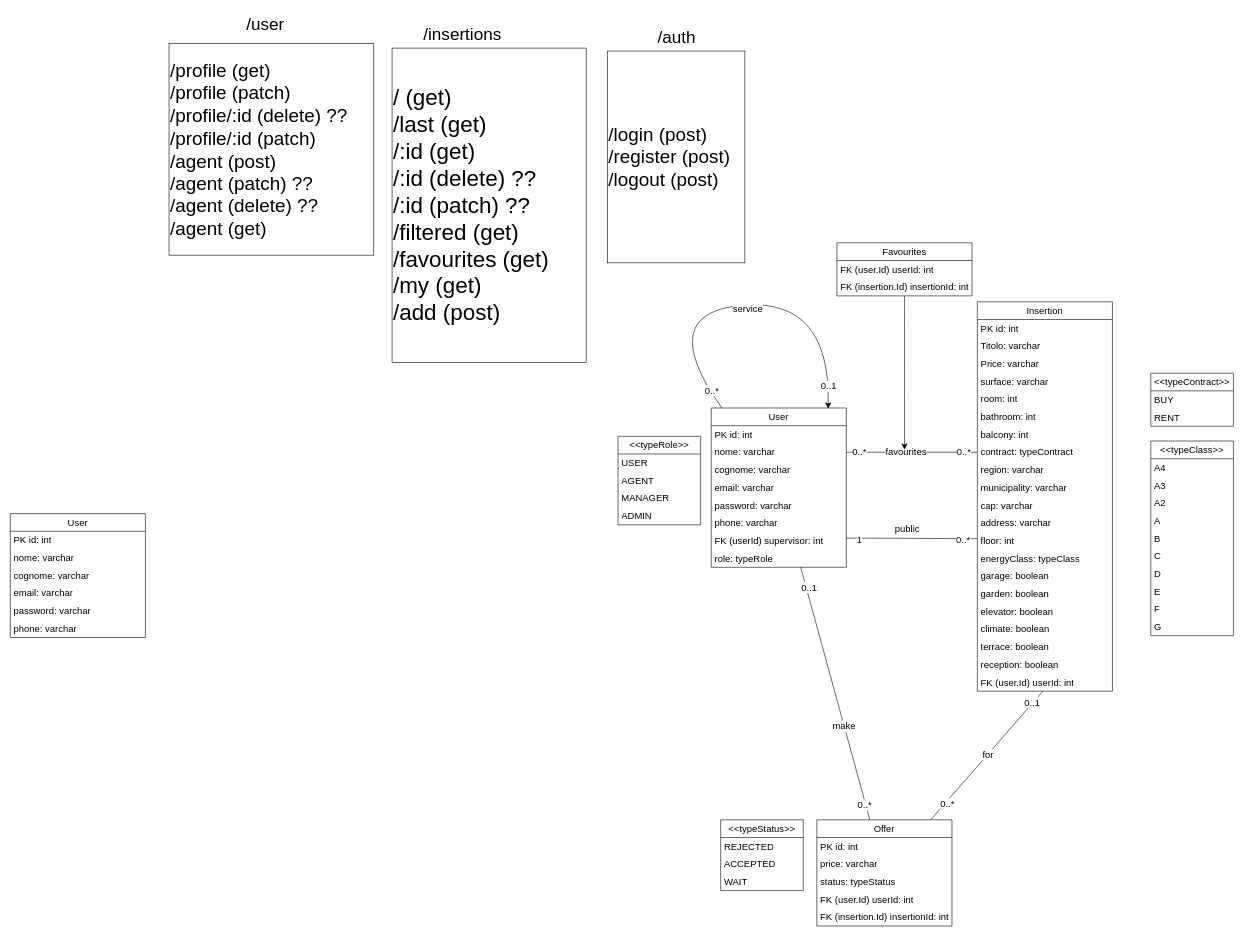
Before: UML/routes.drawio in Kappa-2i/INGSW_DietiEstates25, a draw.io diagram. Source tidied: cells renumbered, new cells numbered last; positions are measured from the earlier drawing's top-left corner, leaving out a move shared by most shapes. Both pictures are drawn from the tidied source at 59%, with x=0, y=0 at pixel (10, 10).
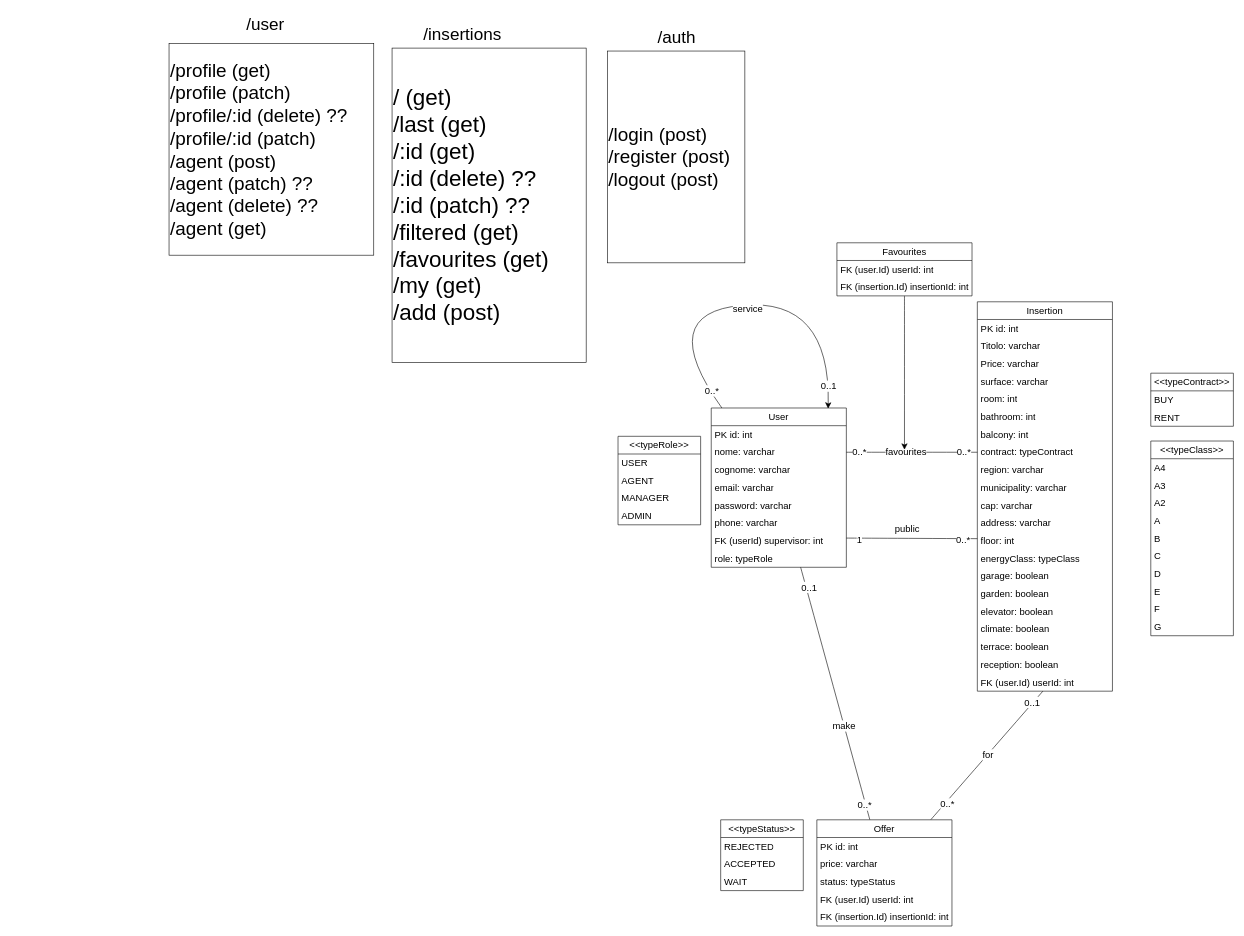
The same page after the edit.

Commit message (it also covers changes not shown here):
Aggiunte le rotte per lo user, con relative funzioni

What changed in the source:
```diff
@@
-    <mxCell id="88" value="User" style="swimlane;fontStyle=0;horizontal=1;startSize=30;whiteSpace=wrap;html=1;fontSize=16;" parent="1" vertex="1">
-      <mxGeometry y="853" width="229" height="210" as="geometry" />
-    </mxCell>
-    <mxCell id="89" value="PK id: int" style="text;strokeColor=none;fillColor=none;align=left;verticalAlign=middle;spacingLeft=4;spacingRight=4;overflow=hidden;whiteSpace=wrap;html=1;fontSize=16;" parent="88" vertex="1">
-      <mxGeometry y="30" width="229" height="30" as="geometry" />
-    </mxCell>
-    <mxCell id="90" value="nome: varchar" style="text;strokeColor=none;fillColor=none;align=left;verticalAlign=middle;spacingLeft=4;spacingRight=4;overflow=hidden;whiteSpace=wrap;html=1;fontSize=16;" parent="88" vertex="1">
-      <mxGeometry y="60" width="229" height="30" as="geometry" />
-    </mxCell>
-    <mxCell id="91" value="cognome: varchar" style="text;strokeColor=none;fillColor=none;align=left;verticalAlign=middle;spacingLeft=4;spacingRight=4;overflow=hidden;whiteSpace=wrap;html=1;fontSize=16;" parent="88" vertex="1">
-      <mxGeometry y="90" width="229" height="30" as="geometry" />
-    </mxCell>
-    <mxCell id="92" value="email: varchar" style="text;strokeColor=none;fillColor=none;align=left;verticalAlign=middle;spacingLeft=4;spacingRight=4;overflow=hidden;whiteSpace=wrap;html=1;fontSize=16;" parent="88" vertex="1">
-      <mxGeometry y="120" width="229" height="30" as="geometry" />
-    </mxCell>
-    <mxCell id="93" value="password: varchar" style="text;strokeColor=none;fillColor=none;align=left;verticalAlign=middle;spacingLeft=4;spacingRight=4;overflow=hidden;whiteSpace=wrap;html=1;fontSize=16;" parent="88" vertex="1">
-      <mxGeometry y="150" width="229" height="30" as="geometry" />
-    </mxCell>
-    <mxCell id="94" value="phone: varchar" style="text;strokeColor=none;fillColor=none;align=left;verticalAlign=middle;spacingLeft=4;spacingRight=4;overflow=hidden;whiteSpace=wrap;html=1;fontSize=16;" parent="88" vertex="1">
-      <mxGeometry y="180" width="229" height="30" as="geometry" />
-    </mxCell>
```
